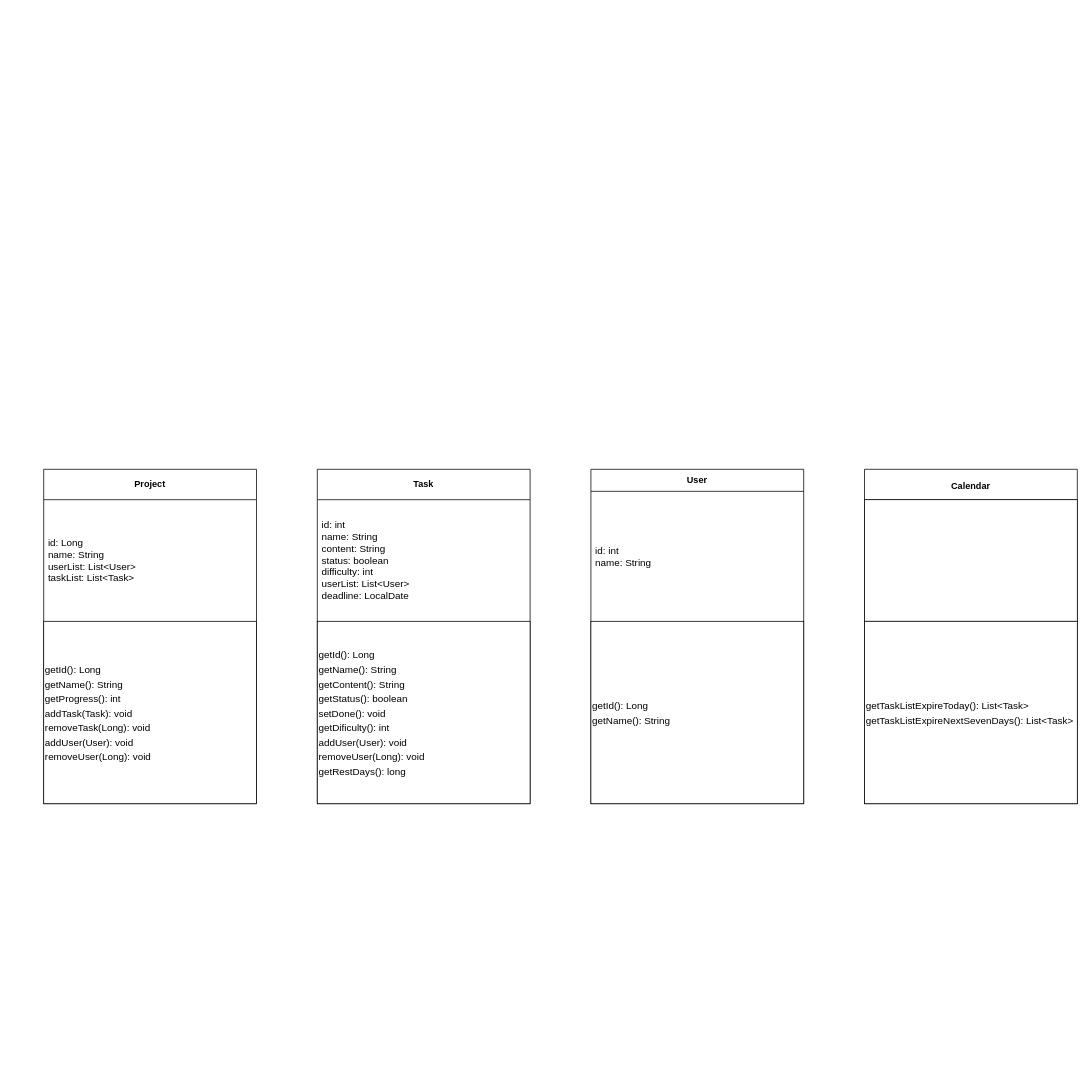
This is uml.drawio from SibGuys/ood, a draw.io file, before an edit. Source tidied: cells renumbered, new cells numbered last; positions are measured from the earlier drawing's top-left corner, leaving out a move shared by most shapes. Both pictures are drawn from the tidied source at 76%, with x=0, y=0 at pixel (43, 469).
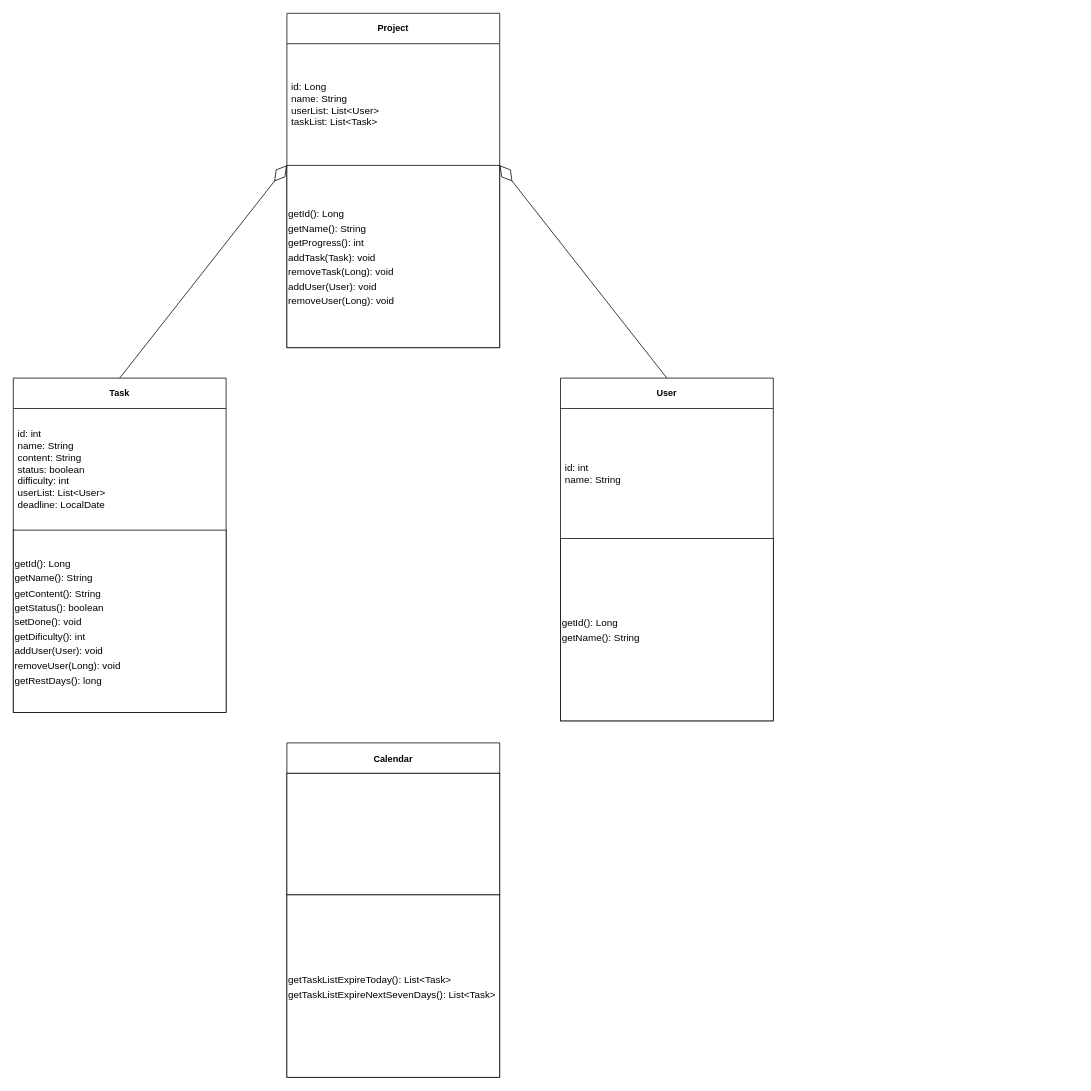
The same page after the edit.

Commit message:
start draw arrows

Diff of the diagram source:
```diff
@@
 <mxGraphModel>
   <root>
     <mxCell id="0" />
     <mxCell id="1" parent="0" />
     <mxCell id="2" value="Task" style="swimlane;fontStyle=1;align=center;verticalAlign=middle;horizontal=1;startSize=40;html=1;whiteSpace=wrap;" parent="1" vertex="1">
-      <mxGeometry x="360" width="280" height="440" as="geometry" />
+      <mxGeometry x="-40" y="-120" width="280" height="440" as="geometry" />
     </mxCell>
     <mxCell id="3" value="&lt;font style=&quot;font-size: 13px;&quot;&gt;id: int&lt;br&gt;name: String&lt;br&gt;content: String&lt;br&gt;status: boolean&lt;br&gt;difficulty: int&lt;br&gt;userList: List&amp;lt;User&amp;gt;&lt;br&gt;deadline: LocalDate&lt;/font&gt;" style="text;html=1;strokeColor=none;fillColor=none;align=left;verticalAlign=middle;spacingLeft=4;spacingRight=4;overflow=hidden;whiteSpace=wrap;" parent="2" vertex="1">
       <mxGeometry y="40" width="280" height="160" as="geometry" />
     </mxCell>
     <mxCell id="4" value="&lt;font style=&quot;font-size: 13px;&quot;&gt;getId(): Long&lt;br&gt;getName(): String&lt;br&gt;getContent(): String&lt;br&gt;getStatus(): boolean&lt;br&gt;setDone(): void&lt;br&gt;getDificulty(): int&lt;br&gt;addUser(User): void&lt;br&gt;removeUser(Long): void&lt;br&gt;getRestDays(): long&lt;br&gt;&lt;/font&gt;" style="rounded=0;whiteSpace=wrap;html=1;fontSize=16;align=left;" parent="2" vertex="1">
       <mxGeometry y="200" width="280" height="240" as="geometry" />
     </mxCell>
     <mxCell id="5" value="Project" style="swimlane;fontStyle=1;align=center;verticalAlign=middle;horizontal=1;startSize=40;html=1;whiteSpace=wrap;" parent="1" vertex="1">
-      <mxGeometry width="280" height="440" as="geometry" />
+      <mxGeometry x="320" y="-600" width="280" height="440" as="geometry" />
     </mxCell>
     <mxCell id="6" value="&lt;font style=&quot;font-size: 13px;&quot;&gt;id: Long&lt;br&gt;name: String&lt;br&gt;userList: List&amp;lt;User&amp;gt;&lt;br&gt;taskList: List&amp;lt;Task&amp;gt;&lt;/font&gt;" style="text;html=1;strokeColor=none;fillColor=none;align=left;verticalAlign=middle;spacingLeft=4;spacingRight=4;overflow=hidden;whiteSpace=wrap;" parent="5" vertex="1">
       <mxGeometry y="40" width="280" height="160" as="geometry" />
     </mxCell>
     <mxCell id="7" value="&lt;font style=&quot;font-size: 13px;&quot;&gt;getId(): Long&lt;br&gt;getName(): String&lt;br&gt;getProgress(): int&lt;br&gt;addTask(Task): void&lt;br&gt;removeTask(Long): void&lt;br&gt;addUser(User): void&lt;br&gt;removeUser(Long): void&lt;br&gt;&lt;/font&gt;" style="rounded=0;whiteSpace=wrap;html=1;fontSize=16;align=left;" parent="5" vertex="1">
       <mxGeometry y="200" width="280" height="240" as="geometry" />
     </mxCell>
-    <mxCell id="8" value="User" style="swimlane;fontStyle=1;align=center;verticalAlign=middle;horizontal=1;startSize=29;html=1;whiteSpace=wrap;" parent="1" vertex="1">
-      <mxGeometry x="720" width="280" height="440" as="geometry" />
+    <mxCell id="8" value="User" style="swimlane;fontStyle=1;align=center;verticalAlign=middle;horizontal=1;startSize=40;html=1;whiteSpace=wrap;" parent="1" vertex="1">
+      <mxGeometry x="680" y="-120" width="280" height="451" as="geometry" />
     </mxCell>
     <mxCell id="9" value="&lt;font style=&quot;font-size: 13px;&quot;&gt;id: int&lt;br style=&quot;border-color: var(--border-color);&quot;&gt;name: String&lt;br&gt;&lt;/font&gt;" style="text;html=1;strokeColor=none;fillColor=none;align=left;verticalAlign=middle;spacingLeft=4;spacingRight=4;overflow=hidden;whiteSpace=wrap;" parent="8" vertex="1">
-      <mxGeometry y="29" width="280" height="171" as="geometry" />
+      <mxGeometry y="40" width="280" height="171" as="geometry" />
     </mxCell>
     <mxCell id="10" value="&lt;font style=&quot;font-size: 13px;&quot;&gt;getId(): Long&lt;br&gt;getName(): String&lt;br&gt;&lt;/font&gt;" style="rounded=0;whiteSpace=wrap;html=1;fontSize=16;align=left;" parent="8" vertex="1">
-      <mxGeometry y="200" width="280" height="240" as="geometry" />
+      <mxGeometry y="211" width="280" height="240" as="geometry" />
     </mxCell>
     <mxCell id="11" value="&lt;font style=&quot;font-size: 12px;&quot;&gt;Calendar&lt;/font&gt;" style="swimlane;fontStyle=1;align=center;verticalAlign=middle;horizontal=1;startSize=40;html=1;whiteSpace=wrap;fontSize=16;" parent="1" vertex="1">
-      <mxGeometry x="1080" width="280" height="440" as="geometry" />
+      <mxGeometry x="320" y="360" width="280" height="440" as="geometry" />
     </mxCell>
     <mxCell id="12" style="rounded=0;whiteSpace=wrap;html=1;fontSize=16;align=left;" parent="11" vertex="1">
       <mxGeometry y="40" width="280" height="160" as="geometry" />
     </mxCell>
     <mxCell id="13" value="&lt;font style=&quot;font-size: 13px;&quot;&gt;getTaskListExpireToday(): List&amp;lt;Task&amp;gt;&lt;br style=&quot;border-color: var(--border-color);&quot;&gt;&lt;span style=&quot;&quot;&gt;getTaskListExpireNextSevenDays(): List&amp;lt;Task&amp;gt;&lt;/span&gt;&lt;/font&gt;" style="rounded=0;whiteSpace=wrap;html=1;fontSize=16;align=left;" parent="11" vertex="1">
       <mxGeometry y="200" width="280" height="240" as="geometry" />
     </mxCell>
+    <mxCell id="14" style="endArrow=diamondThin;endFill=0;endSize=24;html=1;rounded=0;exitX=0.5;exitY=0;exitDx=0;exitDy=0;entryX=0;entryY=0;entryDx=0;entryDy=0;" parent="1" edge="1" source="2" target="7">
+      <mxGeometry relative="1" as="geometry" />
+    </mxCell>
+    <mxCell id="15" style="endArrow=diamondThin;endFill=0;endSize=24;html=1;rounded=0;exitX=0.5;exitY=0;exitDx=0;exitDy=0;entryX=1;entryY=0;entryDx=0;entryDy=0;" parent="1" edge="1" source="8" target="7">
+      <mxGeometry relative="1" as="geometry" />
+    </mxCell>
   </root>
 </mxGraphModel>
```
